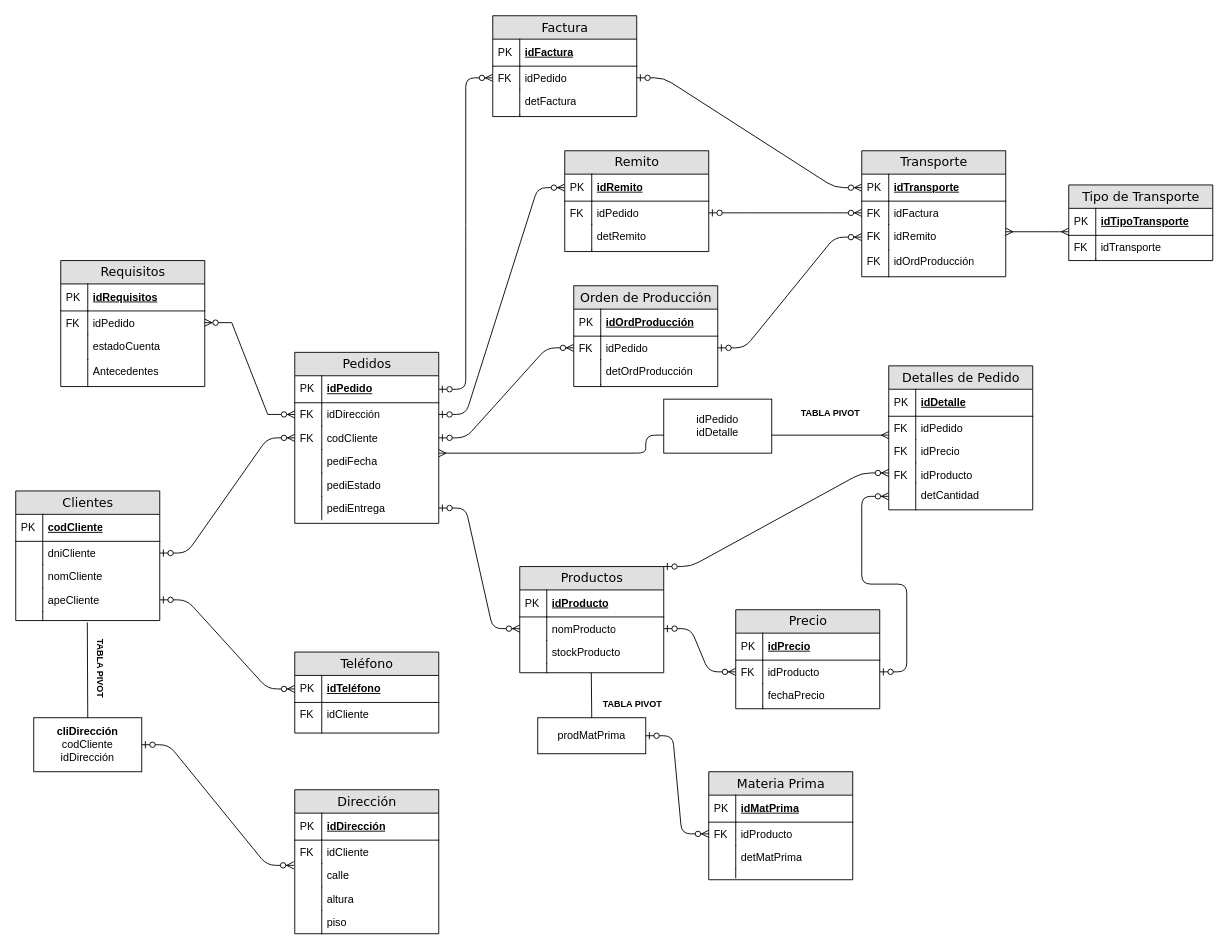
The draw.io diagram Diagrama sin título.drawio in kiloZ333/kiloZ333, before the edit. Source tidied: cells renumbered, new cells numbered last; positions are measured from the earlier drawing's top-left corner, leaving out a move shared by most shapes. Both pictures are drawn from the tidied source at 90%, with x=0, y=0 at pixel (15, 15).
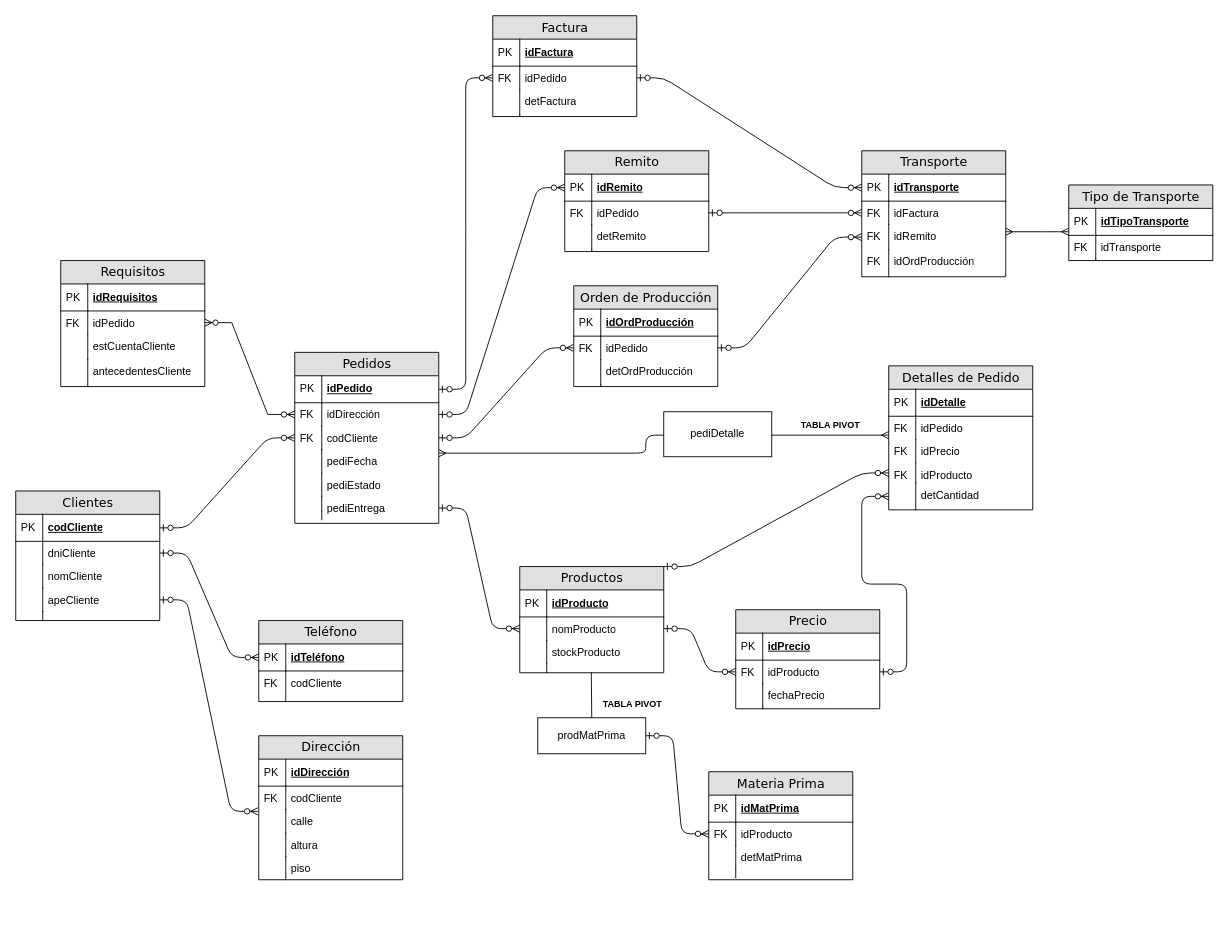
After the change.

Unchanged cells that the change refers to:
```xml
<mxCell id="35" value="codCliente" style="shape=partialRectangle;top=0;left=0;right=0;bottom=1;html=1;align=left;verticalAlign=middle;fillColor=none;spacingLeft=34;spacingRight=4;whiteSpace=wrap;overflow=hidden;points=[[0,0.5],[1,0.5]];portConstraint=eastwest;fontStyle=5;" parent="34" vertex="1">
  <mxGeometry y="26" width="160" height="30" as="geometry" />
</mxCell>
<mxCell id="37" value="dniCliente" style="shape=partialRectangle;top=0;left=0;right=0;bottom=0;html=1;align=left;verticalAlign=top;fillColor=none;spacingLeft=34;spacingRight=4;whiteSpace=wrap;overflow=hidden;points=[[0,0.5],[1,0.5]];portConstraint=eastwest;" parent="34" vertex="1">
  <mxGeometry y="56" width="160" height="26" as="geometry" />
</mxCell>
<mxCell id="41" value="apeCliente" style="shape=partialRectangle;top=0;left=0;right=0;bottom=0;html=1;align=left;verticalAlign=top;fillColor=none;spacingLeft=34;spacingRight=4;whiteSpace=wrap;overflow=hidden;points=[[0,0.5],[1,0.5]];portConstraint=eastwest;" parent="34" vertex="1">
  <mxGeometry y="108" width="160" height="26" as="geometry" />
</mxCell>
<mxCell id="53" value="calle" style="shape=partialRectangle;top=0;left=0;right=0;bottom=0;html=1;align=left;verticalAlign=top;fillColor=none;spacingLeft=34;spacingRight=4;whiteSpace=wrap;overflow=hidden;points=[[0,0.5],[1,0.5]];portConstraint=eastwest;" parent="48" vertex="1">
  <mxGeometry y="82" width="160" height="26" as="geometry" />
</mxCell>
<mxCell id="67" value="codCliente" style="shape=partialRectangle;top=0;left=0;right=0;bottom=0;html=1;align=left;verticalAlign=top;fillColor=none;spacingLeft=34;spacingRight=4;whiteSpace=wrap;overflow=hidden;points=[[0,0.5],[1,0.5]];portConstraint=eastwest;" parent="62" vertex="1">
  <mxGeometry y="82" width="160" height="26" as="geometry" />
</mxCell>
<mxCell id="77" value="idTeléfono" style="shape=partialRectangle;top=0;left=0;right=0;bottom=1;html=1;align=left;verticalAlign=middle;fillColor=none;spacingLeft=34;spacingRight=4;whiteSpace=wrap;overflow=hidden;points=[[0,0.5],[1,0.5]];portConstraint=eastwest;fontStyle=5;" parent="76" vertex="1">
  <mxGeometry y="26" width="160" height="30" as="geometry" />
</mxCell>
<mxCell id="148" value="Requisitos" style="swimlane;html=1;fontStyle=0;horizontal=1;startSize=26;fillColor=#e0e0e0;swimlaneFillColor=#ffffff;align=center;rounded=0;shadow=0;comic=0;labelBackgroundColor=none;strokeWidth=1;fontFamily=Verdana;fontSize=14;" parent="1" vertex="1">
  <mxGeometry x="50" y="272" width="160" height="140" as="geometry" />
</mxCell>
```

Change to the diagram source:
```diff
@@
-    <mxCell id="45" value="&lt;div&gt;&lt;b&gt;cliDirección&lt;/b&gt;&lt;/div&gt;&lt;div&gt;codCliente&lt;/div&gt;&lt;div&gt;idDirección&lt;/div&gt;" style="rounded=0;whiteSpace=wrap;html=1;" parent="1" vertex="1">
-      <mxGeometry x="20" y="780" width="120" height="60" as="geometry" />
-    </mxCell>
-    <mxCell id="46" style="endArrow=none;html=1;rounded=0;exitX=0.5;exitY=0;exitDx=0;exitDy=0;" parent="1" edge="1" source="45">
-      <mxGeometry relative="1" as="geometry">
-        <mxPoint x="79.5" y="674" as="targetPoint" />
-      </mxGeometry>
-    </mxCell>
-    <mxCell id="47" value="&lt;font size=&quot;1&quot;&gt;&lt;b&gt;&lt;font style=&quot;font-size: 10px;&quot;&gt;TABLA PIVOT&lt;/font&gt;&lt;/b&gt;&lt;/font&gt;" style="text;html=1;align=center;verticalAlign=middle;strokeColor=none;fillColor=none;rotation=90;" parent="1" vertex="1">
-      <mxGeometry x="50" y="710" width="90" height="30" as="geometry" />
-    </mxCell>
     <mxCell id="48" value="Dirección" style="swimlane;html=1;fontStyle=0;horizontal=1;startSize=26;fillColor=#e0e0e0;swimlaneFillColor=#ffffff;align=center;rounded=0;shadow=0;comic=0;labelBackgroundColor=none;strokeWidth=1;fontFamily=Verdana;fontSize=14;" parent="1" vertex="1">
-      <mxGeometry x="310" y="860" width="160" height="160" as="geometry" />
+      <mxGeometry x="270" y="800" width="160" height="160" as="geometry" />
     </mxCell>
@@
-    <mxCell id="51" value="idCliente" style="shape=partialRectangle;top=0;left=0;right=0;bottom=0;html=1;align=left;verticalAlign=top;fillColor=none;spacingLeft=34;spacingRight=4;whiteSpace=wrap;overflow=hidden;" parent="48" vertex="1">
+    <mxCell id="51" value="codCliente" style="shape=partialRectangle;top=0;left=0;right=0;bottom=0;html=1;align=left;verticalAlign=top;fillColor=none;spacingLeft=34;spacingRight=4;whiteSpace=wrap;overflow=hidden;" parent="48" vertex="1">
       <mxGeometry y="56" width="160" height="26" as="geometry" />
     </mxCell>
@@
-    <mxCell id="59" style="edgeStyle=entityRelationEdgeStyle;html=1;endArrow=ERzeroToMany;startArrow=ERzeroToOne;labelBackgroundColor=none;fontFamily=Verdana;fontSize=14;exitX=1;exitY=0.5;entryX=-0.006;entryY=0.077;entryDx=0;entryDy=0;entryPerimeter=0;exitDx=0;exitDy=0;" parent="1" edge="1" source="45" target="53">
+    <mxCell id="59" style="edgeStyle=entityRelationEdgeStyle;html=1;endArrow=ERzeroToMany;startArrow=ERzeroToOne;labelBackgroundColor=none;fontFamily=Verdana;fontSize=14;entryX=-0.006;entryY=0.077;entryDx=0;entryDy=0;entryPerimeter=0;" parent="1" edge="1" source="41" target="53">
       <mxGeometry relative="1" as="geometry" />
     </mxCell>
-    <mxCell id="60" style="edgeStyle=entityRelationEdgeStyle;html=1;endArrow=ERzeroToMany;startArrow=ERzeroToOne;labelBackgroundColor=none;fontFamily=Verdana;fontSize=14;exitX=1;exitY=0.5;exitDx=0;exitDy=0;" parent="1" edge="1" source="41" target="77">
+    <mxCell id="60" style="edgeStyle=entityRelationEdgeStyle;html=1;endArrow=ERzeroToMany;startArrow=ERzeroToOne;labelBackgroundColor=none;fontFamily=Verdana;fontSize=14;" parent="1" edge="1" source="37" target="77">
       <mxGeometry relative="1" as="geometry" />
     </mxCell>
-    <mxCell id="61" style="edgeStyle=entityRelationEdgeStyle;html=1;endArrow=ERzeroToMany;startArrow=ERzeroToOne;labelBackgroundColor=none;fontFamily=Verdana;fontSize=14;" parent="1" edge="1" source="37" target="67">
+    <mxCell id="61" style="edgeStyle=entityRelationEdgeStyle;html=1;endArrow=ERzeroToMany;startArrow=ERzeroToOne;labelBackgroundColor=none;fontFamily=Verdana;fontSize=14;" parent="1" edge="1" source="35" target="67">
       <mxGeometry relative="1" as="geometry" />
     </mxCell>
@@
     <mxCell id="76" value="Teléfono" style="swimlane;html=1;fontStyle=0;horizontal=1;startSize=26;fillColor=#e0e0e0;swimlaneFillColor=#ffffff;align=center;rounded=0;shadow=0;comic=0;labelBackgroundColor=none;strokeWidth=1;fontFamily=Verdana;fontSize=14;" parent="1" vertex="1">
-      <mxGeometry x="310" y="707" width="160" height="90" as="geometry" />
+      <mxGeometry x="270" y="672" width="160" height="90" as="geometry" />
     </mxCell>
@@
-    <mxCell id="79" value="idCliente" style="shape=partialRectangle;top=0;left=0;right=0;bottom=0;html=1;align=left;verticalAlign=top;fillColor=none;spacingLeft=34;spacingRight=4;whiteSpace=wrap;overflow=hidden;" parent="76" vertex="1">
+    <mxCell id="79" value="codCliente" style="shape=partialRectangle;top=0;left=0;right=0;bottom=0;html=1;align=left;verticalAlign=top;fillColor=none;spacingLeft=34;spacingRight=4;whiteSpace=wrap;overflow=hidden;" parent="76" vertex="1">
       <mxGeometry y="56" width="160" height="34" as="geometry" />
     </mxCell>
@@
-    <mxCell id="96" value="&lt;div&gt;idPedido&lt;/div&gt;&lt;div&gt;idDetalle&lt;/div&gt;" style="rounded=0;whiteSpace=wrap;html=1;" parent="1" vertex="1">
-      <mxGeometry x="720" y="426" width="120" height="60" as="geometry" />
+    <mxCell id="96" value="pediDetalle" style="rounded=0;whiteSpace=wrap;html=1;" parent="1" vertex="1">
+      <mxGeometry x="720" y="440" width="120" height="50" as="geometry" />
     </mxCell>
@@
     <mxCell id="126" value="&lt;font size=&quot;1&quot;&gt;&lt;b&gt;TABLA PIVOT&lt;/b&gt;&lt;/font&gt;" style="text;html=1;align=center;verticalAlign=middle;strokeColor=none;fillColor=none;" parent="1" vertex="1">
-      <mxGeometry x="860" y="426" width="90" height="30" as="geometry" />
+      <mxGeometry x="860" y="440" width="90" height="30" as="geometry" />
     </mxCell>
@@
-    <mxCell id="153" value="estadoCuenta" style="shape=partialRectangle;top=0;left=0;right=0;bottom=0;html=1;align=left;verticalAlign=top;fillColor=none;spacingLeft=34;spacingRight=4;whiteSpace=wrap;overflow=hidden;" parent="148" vertex="1">
+    <mxCell id="153" value="estCuentaCliente" style="shape=partialRectangle;top=0;left=0;right=0;bottom=0;html=1;align=left;verticalAlign=top;fillColor=none;spacingLeft=34;spacingRight=4;whiteSpace=wrap;overflow=hidden;" parent="148" vertex="1">
       <mxGeometry y="82" width="160" height="28" as="geometry" />
     </mxCell>
@@
-    <mxCell id="155" value="Antecedentes" style="shape=partialRectangle;top=0;left=0;right=0;bottom=0;html=1;align=left;verticalAlign=top;fillColor=none;spacingLeft=34;spacingRight=4;whiteSpace=wrap;overflow=hidden;" parent="148" vertex="1">
+    <mxCell id="155" value="antecedentesCliente" style="shape=partialRectangle;top=0;left=0;right=0;bottom=0;html=1;align=left;verticalAlign=top;fillColor=none;spacingLeft=34;spacingRight=4;whiteSpace=wrap;overflow=hidden;" parent="148" vertex="1">
       <mxGeometry y="110" width="160" height="30" as="geometry" />
     </mxCell>
```
